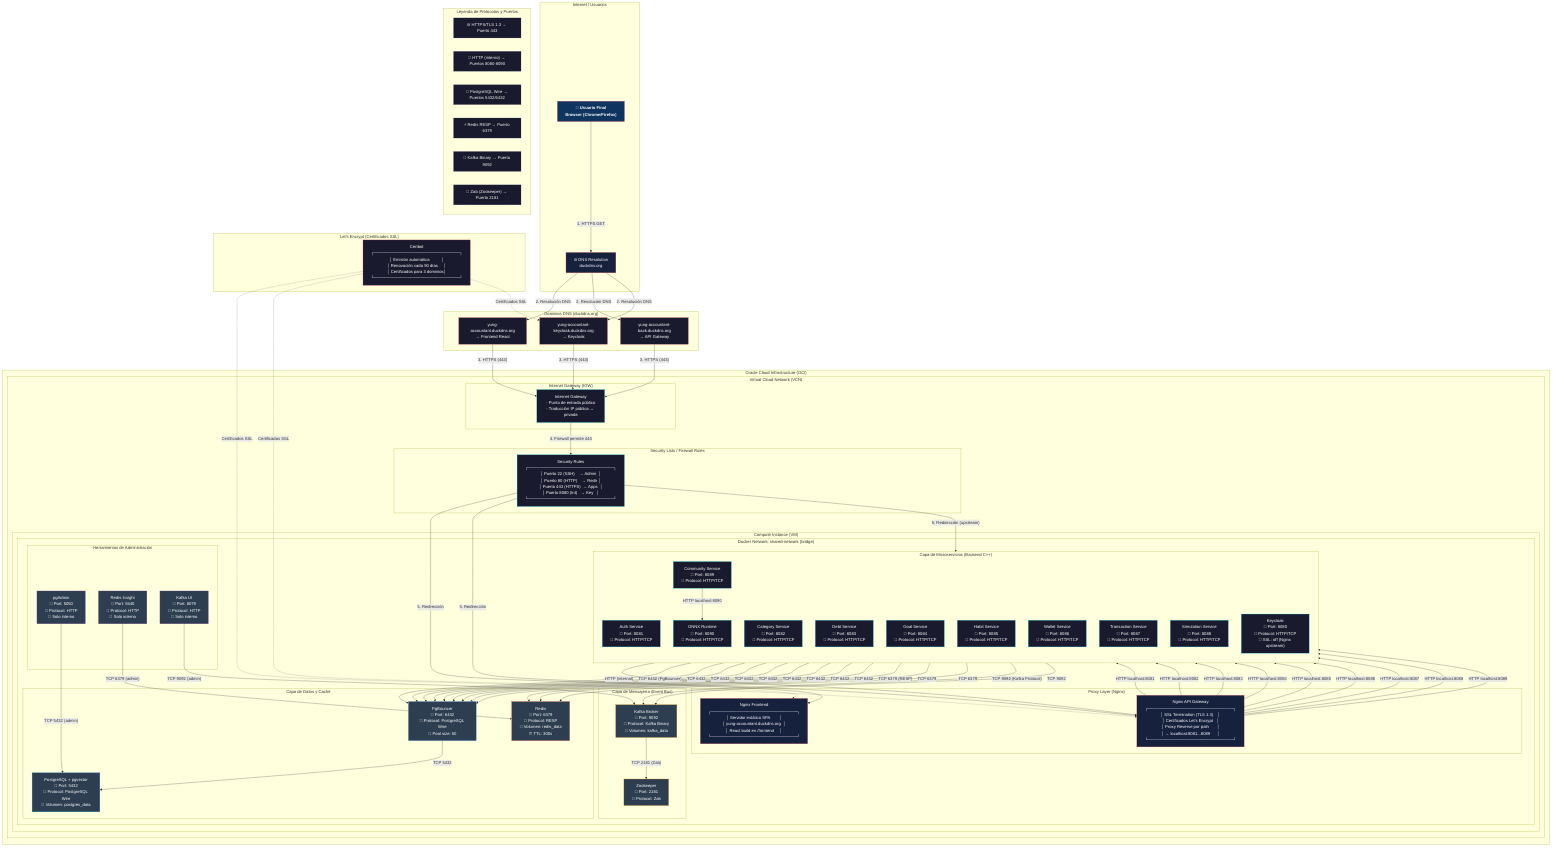
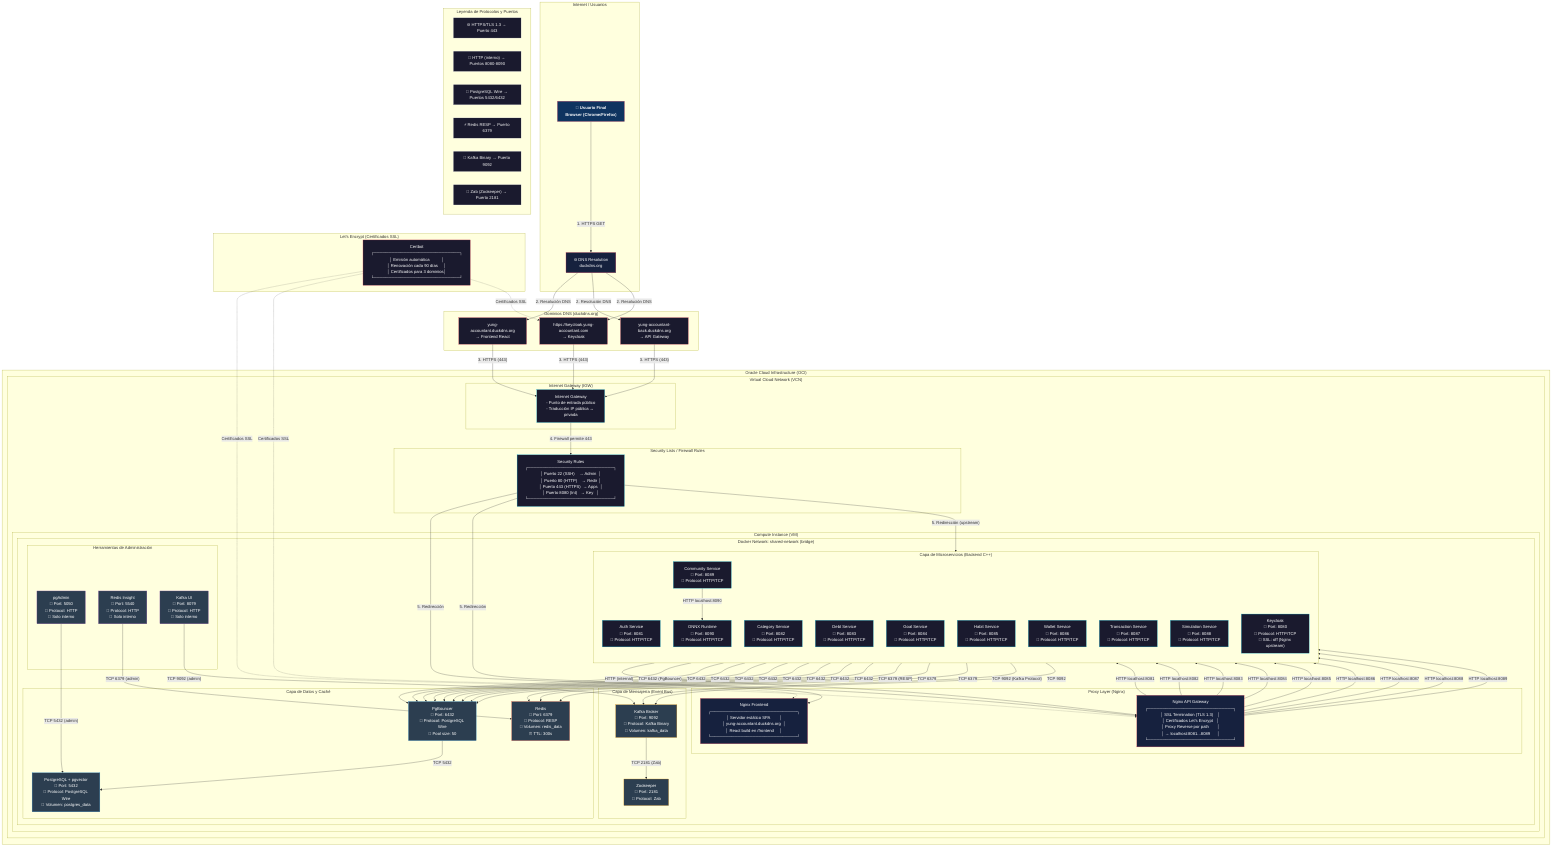
graph TB
    subgraph "Internet / Usuarios"
        USER["👤 Usuario Final<br/>Browser (Chrome/Firefox)"]
        DNS["🌐 DNS Resolution<br/>duckdns.org"]
    end

    subgraph "Oracle Cloud Infrastructure (OCI)"

        subgraph "Virtual Cloud Network (VCN)"

            subgraph "Internet Gateway (IGW)"
                IGW["Internet Gateway<br/>- Punto de entrada público<br/>- Traducción IP pública ↔ privada"]
            end

            subgraph "Security Lists / Firewall Rules"
                FW["Security Rules<br/>┌─────────────────────────────┐<br/>│ Puerto 22 (SSH)    → Admin  │<br/>│ Puerto 80 (HTTP)    → Redir │<br/>│ Puerto 443 (HTTPS)  → Apps  │<br/>│ Puerto 8080 (Int)   → Key   │<br/>└─────────────────────────────┘"]
            end

            subgraph "Compute Instance (VM)"

                subgraph "Docker Network: shared-network (bridge)"

                    subgraph "Proxy Layer (Nginx)"
                        NGINX_API["Nginx API Gateway<br/>┌─────────────────────────────┐<br/>│ SSL Termination (TLS 1.3)    │<br/>│ Certificados Let's Encrypt   │<br/>│ Proxy Reverse por path       │<br/>│ → localhost:8081...8089      │<br/>└─────────────────────────────┘"]

                        NGINX_FRONT["Nginx Frontend<br/>┌─────────────────────────────┐<br/>│ Servidor estático SPA        │<br/>│ yung-accountant.duckdns.org  │<br/>│ React build en /frontend     │<br/>└─────────────────────────────┘"]
                    end

                    subgraph "Capa de Microservicios (Backend C++)"
                        direction TB
                        AUTH["Auth Service<br/>🔌 Port: 8081<br/>📡 Protocol: HTTP/TCP"]
                        CATEGORY["Category Service<br/>🔌 Port: 8082<br/>📡 Protocol: HTTP/TCP"]
                        DEBT["Debt Service<br/>🔌 Port: 8083<br/>📡 Protocol: HTTP/TCP"]
                        GOAL["Goal Service<br/>🔌 Port: 8084<br/>📡 Protocol: HTTP/TCP"]
                        HABIT["Habit Service<br/>🔌 Port: 8085<br/>📡 Protocol: HTTP/TCP"]
                        WALLET["Wallet Service<br/>🔌 Port: 8086<br/>📡 Protocol: HTTP/TCP"]
                        TRANSACTION["Transaction Service<br/>🔌 Port: 8087<br/>📡 Protocol: HTTP/TCP"]
                        SIMULATION["Simulation Service<br/>🔌 Port: 8088<br/>📡 Protocol: HTTP/TCP"]
                        COMMUNITY["Community Service<br/>🔌 Port: 8089<br/>📡 Protocol: HTTP/TCP"]
                        ONNX["ONNX Runtime<br/>🔌 Port: 8090<br/>📡 Protocol: HTTP/TCP"]
                        KEYCLOAK["Keycloak<br/>🔌 Port: 8080<br/>📡 Protocol: HTTP/TCP<br/>🔐 SSL: off (Nginx upstream)"]
                    end

                    subgraph "Capa de Datos y Caché"
                        POSTGRES["PostgreSQL + pgvector<br/>🔌 Port: 5432<br/>📡 Protocol: PostgreSQL Wire<br/>💾 Volumen: postgres_data"]
                        PGBOUNCER["PgBouncer<br/>🔌 Port: 6432<br/>📡 Protocol: PostgreSQL Wire<br/>🎯 Pool size: 50"]
                        REDIS["Redis<br/>🔌 Port: 6379<br/>📡 Protocol: RESP<br/>💾 Volumen: redis_data<br/>⏰ TTL: 300s"]
                    end

                    subgraph "Capa de Mensajería (Event Bus)"
                        KAFKA["Kafka Broker<br/>🔌 Port: 9092<br/>📡 Protocol: Kafka Binary<br/>💾 Volumen: kafka_data"]
                        ZOOKEEPER["Zookeeper<br/>🔌 Port: 2181<br/>📡 Protocol: Zab"]
                    end

                    subgraph "Herramientas de Administración"
                        PGADMIN["pgAdmin<br/>🔌 Port: 5050<br/>📡 Protocol: HTTP<br/>🔐 Solo interno"]
                        REDIS_INSIGHT["Redis Insight<br/>🔌 Port: 5540<br/>📡 Protocol: HTTP<br/>🔐 Solo interno"]
                        KAFKA_UI["Kafka UI<br/>🔌 Port: 8079<br/>📡 Protocol: HTTP<br/>🔐 Solo interno"]
                    end
                end
            end
        end
    end

    subgraph "Dominios DNS (duckdns.org)"
        DOMAIN_API["yung-accountant-back.duckdns.org<br/>→ API Gateway"]
        DOMAIN_FRONT["yung-accountant.duckdns.org<br/>→ Frontend React"]
-         DOMAIN_KEYCLOAK["yung-accountant-keycloak.duckdns.org<br/>→ Keycloak"]
+         DOMAIN_KEYCLOAK["https://keycloak.yung-accountant.com<br/>→ Keycloak"]
    end

    subgraph "Let's Encrypt (Certificados SSL)"
        CERTBOT["Certbot<br/>┌─────────────────────────────┐<br/>│ Emisión automática          │<br/>│ Renovación cada 90 días     │<br/>│ Certificados para 3 dominios│<br/>└─────────────────────────────┘"]
    end

    %% ============================================
    %% FLUJOS DE RED
    %% ============================================

    %% Usuario → Internet → OCI
    USER -->|"1. HTTPS GET"| DNS
    DNS -->|"2. Resolución DNS"| DOMAIN_FRONT
    DNS -->|"2. Resolución DNS"| DOMAIN_API
    DNS -->|"2. Resolución DNS"| DOMAIN_KEYCLOAK

    DOMAIN_FRONT -->|"3. HTTPS (443)"| IGW
    DOMAIN_API -->|"3. HTTPS (443)"| IGW
    DOMAIN_KEYCLOAK -->|"3. HTTPS (443)"| IGW

    IGW -->|"4. Firewall permite 443"| FW

    FW -->|"5. Redirección"| NGINX_FRONT
    FW -->|"5. Redirección"| NGINX_API
    FW -->|"5. Redirección (upstream)"| KEYCLOAK

    %% Comunicación interna (Docker network)
    NGINX_API -->|"HTTP localhost:8081"| AUTH
    NGINX_API -->|"HTTP localhost:8082"| CATEGORY
    NGINX_API -->|"HTTP localhost:8083"| DEBT
    NGINX_API -->|"HTTP localhost:8084"| GOAL
    NGINX_API -->|"HTTP localhost:8085"| HABIT
    NGINX_API -->|"HTTP localhost:8086"| WALLET
    NGINX_API -->|"HTTP localhost:8087"| TRANSACTION
    NGINX_API -->|"HTTP localhost:8088"| SIMULATION
    NGINX_API -->|"HTTP localhost:8089"| COMMUNITY

    KEYCLOAK -->|"HTTP (internal)"| NGINX_API

    COMMUNITY -->|"HTTP localhost:8090"| ONNX

    AUTH -->|"TCP 6432 (PgBouncer)"| PGBOUNCER
    CATEGORY -->|"TCP 6432"| PGBOUNCER
    DEBT -->|"TCP 6432"| PGBOUNCER
    GOAL -->|"TCP 6432"| PGBOUNCER
    HABIT -->|"TCP 6432"| PGBOUNCER
    WALLET -->|"TCP 6432"| PGBOUNCER
    TRANSACTION -->|"TCP 6432"| PGBOUNCER
    SIMULATION -->|"TCP 6432"| PGBOUNCER
    COMMUNITY -->|"TCP 6432"| PGBOUNCER

    PGBOUNCER -->|"TCP 5432"| POSTGRES

    AUTH -->|"TCP 6379 (RESP)"| REDIS
    CATEGORY -->|"TCP 6379"| REDIS
    COMMUNITY -->|"TCP 6379"| REDIS

    AUTH -->|"TCP 9092 (Kafka Protocol)"| KAFKA
    CATEGORY -->|"TCP 9092"| KAFKA

    KAFKA -->|"TCP 2181 (Zab)"| ZOOKEEPER

    PGADMIN -->|"TCP 5432 (admin)"| POSTGRES
    REDIS_INSIGHT -->|"TCP 6379 (admin)"| REDIS
    KAFKA_UI -->|"TCP 9092 (admin)"| KAFKA

    CERTBOT -.->|"Certificados SSL"| NGINX_API
    CERTBOT -.->|"Certificados SSL"| NGINX_FRONT
    CERTBOT -.->|"Certificados SSL"| DOMAIN_KEYCLOAK

    %% ============================================
    %% LEYENDA DE PROTOCOLOS
    %% ============================================
    subgraph "Leyenda de Protocolos y Puertos"
        direction LR
        L1["🌐 HTTPS/TLS 1.3 → Puerto 443"]
        L2["📡 HTTP (interno) → Puertos 8080-8090"]
        L3["🐘 PostgreSQL Wire → Puertos 5432/6432"]
        L4["⚡ Redis RESP → Puerto 6379"]
        L5["📨 Kafka Binary → Puerto 9092"]
        L6["🔧 Zab (Zookeeper) → Puerto 2181"]
    end

    %% ============================================
    %% ESTILOS
    %% ============================================
    classDef user fill:#0f3460,stroke:#e94560,color:#fff,font-weight:bold
    classDef dns fill:#16213e,stroke:#e94560,color:#fff
    classDef cloud fill:#1a1a2e,stroke:#00b4d8,color:#fff
    classDef gateway fill:#16213e,stroke:#e94560,color:#fff
    classDef microservice fill:#1a1a2e,stroke:#00b4d8,color:#fff
    classDef database fill:#2c3e50,stroke:#3498db,color:#fff
    classDef cache fill:#2c3e50,stroke:#e74c3c,color:#fff
    classDef messaging fill:#2c3e50,stroke:#f39c12,color:#fff
    classDef admin fill:#2c3e50,stroke:#9b59b6,color:#fff
    classDef ssl fill:#1a1a2e,stroke:#e94560,color:#fff
    classDef legend fill:#1a1a2e,stroke:#f5f5f5,color:#f5f5f5

    class USER user
    class DNS dns
    class IGW,FW cloud
    class NGINX_API,NGINX_FRONT gateway
    class AUTH,CATEGORY,DEBT,GOAL,HABIT,WALLET,TRANSACTION,SIMULATION,COMMUNITY,ONNX,KEYCLOAK microservice
    class POSTGRES,PGBOUNCER database
    class REDIS cache
    class KAFKA,ZOOKEEPER messaging
    class PGADMIN,REDIS_INSIGHT,KAFKA_UI admin
    class DOMAIN_API,DOMAIN_FRONT,DOMAIN_KEYCLOAK,CERTBOT ssl
    class L1,L2,L3,L4,L5,L6 legend